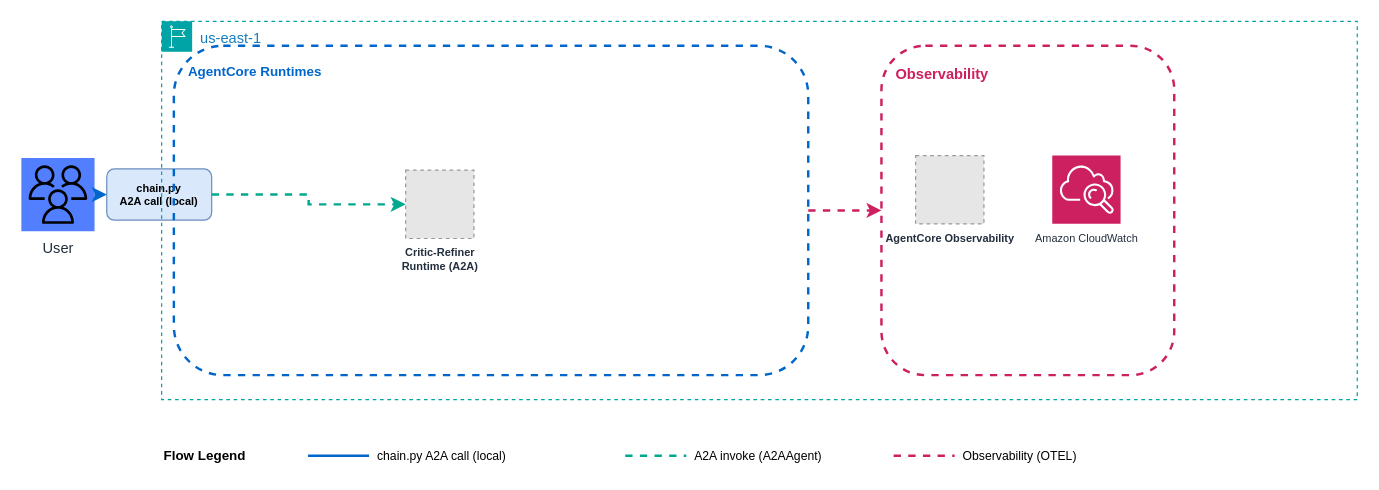
Before: samples/05-critic-refiner/production/architecture.drawio in aws-samples/sample-multi-agent-systems-with-strands-workshop, a draw.io diagram. Source tidied: cells renumbered, new cells numbered last; positions are measured from the earlier drawing's top-left corner, leaving out a move shared by most shapes. Both pictures are drawn from the tidied source at 122%, with x=0, y=0 at pixel (21, 21). Pictures stored in the file or linked from it are replaced by grey dashed boxes.
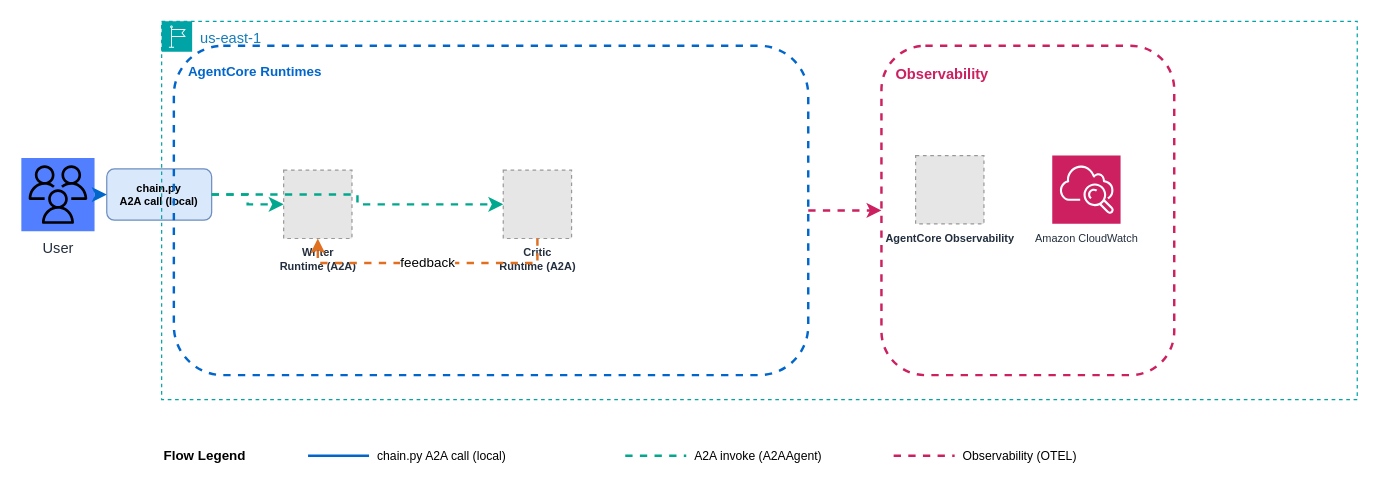
After the change.

Commit message (it also covers changes not shown here):
Module 05: split critic_refiner into separate Writer + Critic runtimes, chain.py manages loop via explicit context passing

The change refers to these unchanged cells:
```xml
<mxCell id="2" value="chain.py&lt;div&gt;A2A call (local)&lt;/div&gt;" style="rounded=1;whiteSpace=wrap;html=1;fillColor=#dae8fc;strokeColor=#6c8ebf;fontSize=9;fontStyle=1;verticalAlign=middle;" parent="1" vertex="1">
  <mxGeometry x="70" y="121" width="86" height="42" as="geometry" />
</mxCell>
<mxCell id="4" value="us-east-1" style="gradientColor=none;html=1;whiteSpace=wrap;fontSize=12;fontStyle=0;shape=mxgraph.aws4.group;grIcon=mxgraph.aws4.group_region;strokeColor=#00A4A6;fillColor=none;verticalAlign=top;align=left;spacingLeft=30;fontColor=#147EBA;dashed=1;" parent="1" vertex="1">
  <mxGeometry x="115" width="980" height="310" as="geometry" />
</mxCell>
```

The edit, as a diff of the source:
```diff
@@
-    <mxCell id="6" value="Critic-Refiner&lt;div&gt;Runtime (A2A)&lt;/div&gt;" style="fillColor=#E6E6E6;strokeColor=#999999;dashed=1;html=1;verticalLabelPosition=bottom;labelBackgroundColor=none;verticalAlign=top;fontSize=9;fontStyle=1;fontColor=#232F3E;" parent="4" vertex="1">
-      <mxGeometry x="200" y="122" width="56" height="56" as="geometry" />
-    </mxCell>
+    <mxCell id="20" value="Writer&lt;div&gt;Runtime (A2A)&lt;/div&gt;" style="fillColor=#E6E6E6;strokeColor=#999999;dashed=1;html=1;verticalLabelPosition=bottom;labelBackgroundColor=none;verticalAlign=top;fontSize=9;fontStyle=1;fontColor=#232F3E;" parent="4" vertex="1">
+      <mxGeometry x="100" y="122" width="56" height="56" as="geometry" />
+    </mxCell>
@@
-    <mxCell id="11" style="edgeStyle=orthogonalEdgeStyle;rounded=0;jettySize=auto;html=1;strokeColor=#01A88D;strokeWidth=2;flowAnimation=1;dashed=1;exitX=1;exitY=0.5;exitDx=0;exitDy=0;entryX=0;entryY=0.5;entryDx=0;entryDy=0;" parent="1" edge="1" source="2" target="6">
+    <mxCell id="11" style="edgeStyle=orthogonalEdgeStyle;rounded=0;jettySize=auto;html=1;strokeColor=#01A88D;strokeWidth=2;flowAnimation=1;dashed=1;exitX=1;exitY=0.5;exitDx=0;exitDy=0;entryX=0;entryY=0.5;entryDx=0;entryDy=0;" parent="1" edge="1" source="2" target="20">
       <mxGeometry relative="1" as="geometry" />
     </mxCell>
@@
+    <mxCell id="21" value="Critic&lt;div&gt;Runtime (A2A)&lt;/div&gt;" style="fillColor=#E6E6E6;strokeColor=#999999;dashed=1;html=1;verticalLabelPosition=bottom;labelBackgroundColor=none;verticalAlign=top;fontSize=9;fontStyle=1;fontColor=#232F3E;" parent="4" vertex="1">
+      <mxGeometry x="280" y="122" width="56" height="56" as="geometry" />
+    </mxCell>
+    <mxCell id="22" style="edgeStyle=orthogonalEdgeStyle;rounded=0;jettySize=auto;html=1;strokeColor=#01A88D;strokeWidth=2;flowAnimation=1;dashed=1;" parent="1" edge="1" source="2" target="21">
+      <mxGeometry relative="1" as="geometry" />
+    </mxCell>
+    <mxCell id="23" value="feedback" style="edgeStyle=orthogonalEdgeStyle;rounded=0;jettySize=auto;html=1;strokeColor=#E07020;strokeWidth=2;flowAnimation=1;dashed=1;exitX=0.5;exitY=1;exitDx=0;exitDy=0;entryX=0.5;entryY=1;entryDx=0;entryDy=0;" parent="4" edge="1" source="21" target="20">
+      <mxGeometry relative="1" as="geometry" />
+    </mxCell>
```
